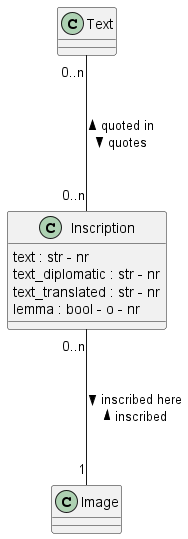
This is documentation/class_diagrams/Inscription.png from tmasch/bpf_be, a PlantUML export, as it was before one commit.
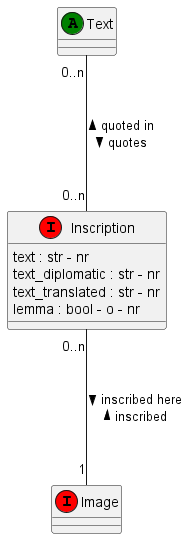
Later version of the same file.

Diff of the diagram source:
```diff
@@ -1,14 +1,14 @@
 @startuml Inscription
 
-class Inscription
+class Inscription <<(I,red)>>
 Inscription : text : str - nr
 Inscription : text_diplomatic : str - nr
 Inscription : text_translated : str - nr
 Inscription : lemma : bool - o - nr
 
-class Text
+class Text  <<(A,green)>>
 
-class Image
+class Image <<(I,red)>>
 
 
 
```
